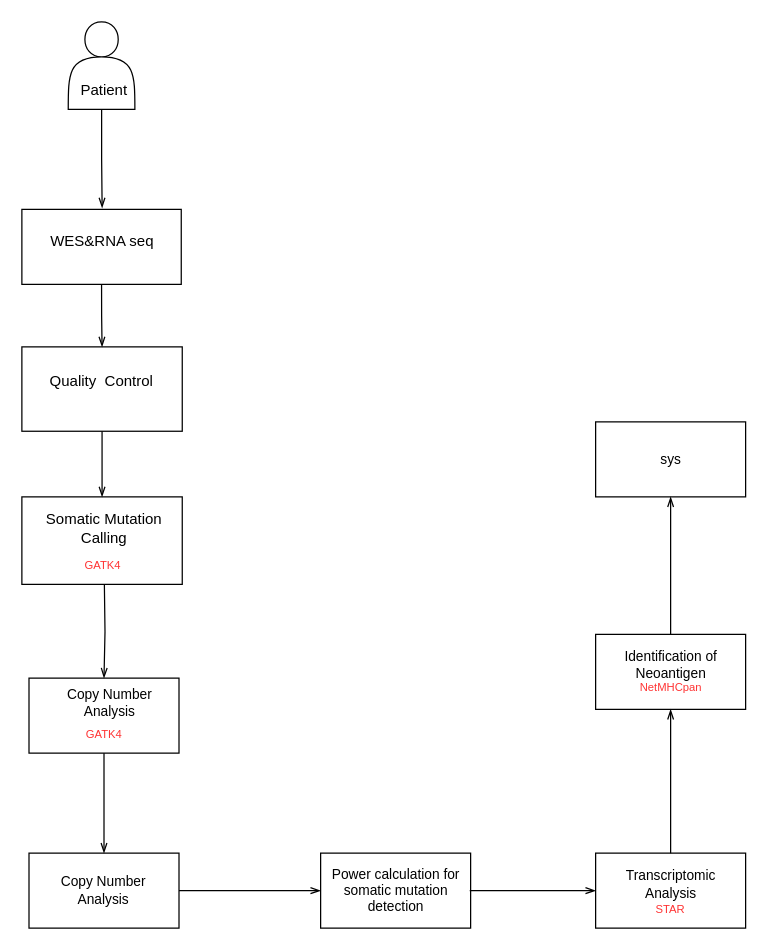
Earlier version of the draw.io diagram Untitled Diagram.drawio (GuangShuaiWang/Diagram). Source tidied: cells renumbered, new cells numbered last; positions are measured from the earlier drawing's top-left corner, leaving out a move shared by most shapes. Both pictures are drawn from the tidied source at 125%, with x=0, y=0 at pixel (21, 21).
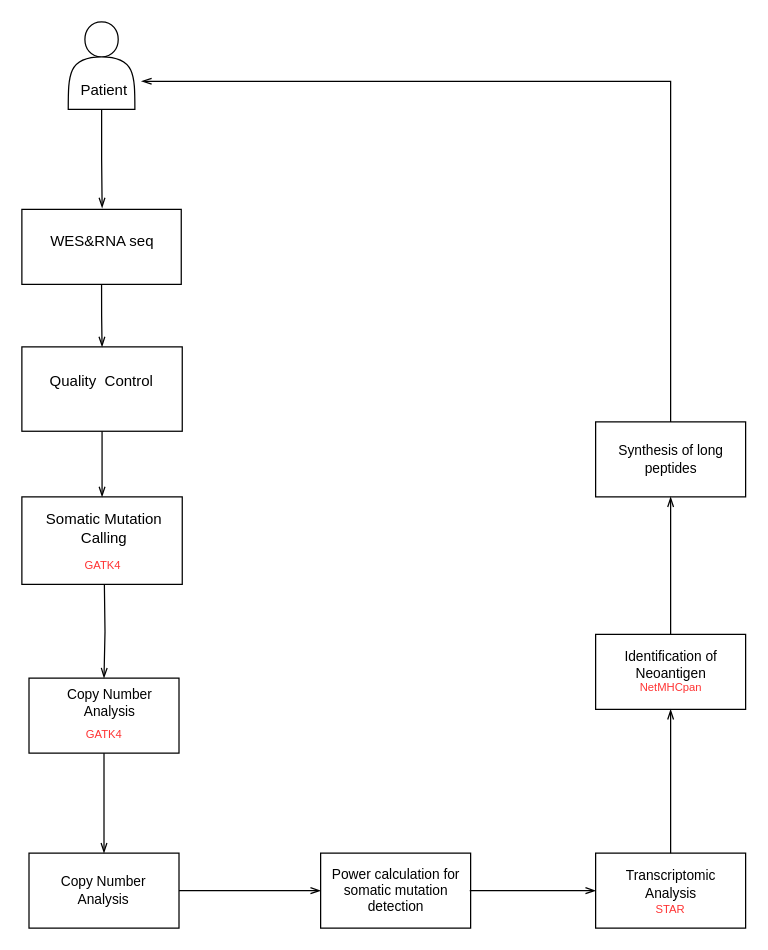
The same page after the edit.

Unchanged cells that the change refers to:
```xml
<mxCell id="6" value="Patient" style="text;html=1;strokeColor=none;fillColor=none;align=center;verticalAlign=middle;whiteSpace=wrap;rounded=0;" parent="1" vertex="1">
  <mxGeometry x="35.7" y="40" width="60" height="30" as="geometry" />
</mxCell>
<mxCell id="32" style="whiteSpace=wrap;html=1;fontSize=12;fontColor=#000000;fillColor=none;gradientColor=#ffffff;" parent="1" vertex="1">
  <mxGeometry x="459" y="320" width="120" height="60" as="geometry" />
</mxCell>
```

Change to the diagram source:
```diff
@@
+    <mxCell id="34" style="edgeStyle=orthogonalEdgeStyle;rounded=0;jettySize=auto;html=1;exitX=0.5;exitY=0;exitDx=0;exitDy=0;entryX=1;entryY=0.25;entryDx=0;entryDy=0;fontSize=12;fontColor=#000000;endArrow=openThin;endFill=0;" parent="1" edge="1" source="32" target="6">
+      <mxGeometry relative="1" as="geometry" />
+    </mxCell>
@@
-    <mxCell id="33" value="&lt;font color=&quot;#000000&quot;&gt;&lt;span style=&quot;font-size: 11px&quot;&gt;sys&lt;/span&gt;&lt;/font&gt;" style="text;html=1;strokeColor=none;fillColor=none;align=center;verticalAlign=middle;whiteSpace=wrap;rounded=0;fontSize=9;fontColor=#FF3333;" parent="1" vertex="1">
-      <mxGeometry x="480.5" y="335" width="77" height="30" as="geometry" />
+    <mxCell id="33" value="&lt;font color=&quot;#000000&quot;&gt;&lt;span style=&quot;font-size: 11px&quot;&gt;Synthesis of long peptides&lt;/span&gt;&lt;/font&gt;" style="text;html=1;strokeColor=none;fillColor=none;align=center;verticalAlign=middle;whiteSpace=wrap;rounded=0;fontSize=9;fontColor=#FF3333;" parent="1" vertex="1">
+      <mxGeometry x="469.8" y="335" width="98.5" height="30" as="geometry" />
     </mxCell>
```
